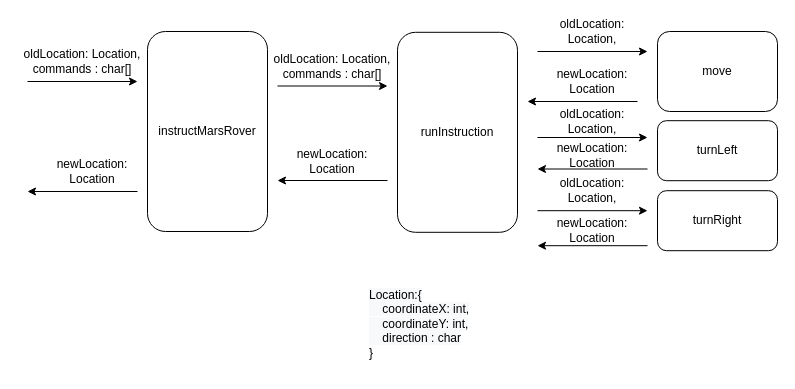
The draw.io diagram MarsRover.drawio in chuvi-oocl/mars-rover-tdd-2020-10-10-6-4-42-527, before the edit. Source tidied: cells renumbered, new cells numbered last; positions are measured from the earlier drawing's top-left corner, leaving out a move shared by most shapes. Both pictures are drawn from the tidied source at 100%, with x=0, y=0 at pixel (17, 21).
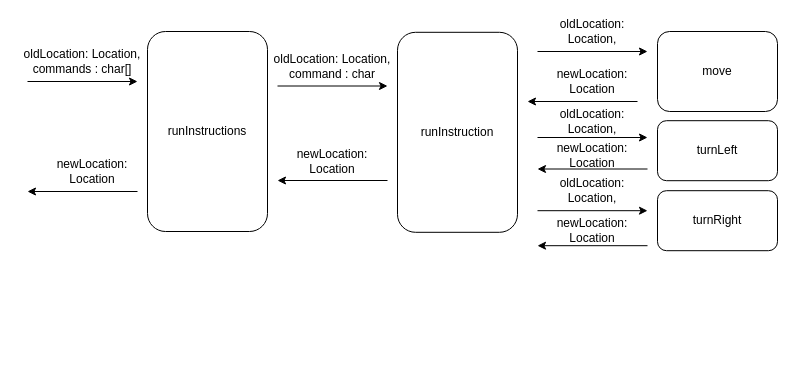
Above is the later version.

Commit message (it also covers changes not shown here):
[MarsRover][Victor] refactor: implement command pattern

The edit, as a diff of the source:
```diff
@@
-    <mxCell id="2" value="instructMarsRover" style="rounded=1;whiteSpace=wrap;html=1;" parent="1" vertex="1">
+    <mxCell id="2" value="runInstructions" style="rounded=1;whiteSpace=wrap;html=1;" parent="1" vertex="1">
       <mxGeometry x="130" y="10" width="120" height="200" as="geometry" />
     </mxCell>
@@
-    <mxCell id="22" value="&lt;span style=&quot;color: rgb(0 , 0 , 0) ; font-family: &amp;#34;helvetica&amp;#34; ; font-size: 12px ; font-style: normal ; font-weight: 400 ; letter-spacing: normal ; text-align: center ; text-indent: 0px ; text-transform: none ; word-spacing: 0px ; background-color: rgb(248 , 249 , 250) ; display: inline ; float: none&quot;&gt;Location:{&lt;br&gt;&amp;nbsp; &amp;nbsp; coordinateX: int,&lt;br&gt;&amp;nbsp; &amp;nbsp; coordinateY: int,&lt;br&gt;&amp;nbsp; &amp;nbsp; direction : char&lt;br&gt;}&lt;br&gt;&lt;/span&gt;" style="text;whiteSpace=wrap;html=1;" parent="1" vertex="1">
-      <mxGeometry x="350" y="260" width="180" height="90" as="geometry" />
-    </mxCell>
@@
-    <mxCell id="25" value="oldLocation: Location, commands : char[]" style="text;html=1;strokeColor=none;fillColor=none;align=center;verticalAlign=middle;whiteSpace=wrap;rounded=0;" parent="1" vertex="1">
+    <mxCell id="25" value="oldLocation: Location, command : char" style="text;html=1;strokeColor=none;fillColor=none;align=center;verticalAlign=middle;whiteSpace=wrap;rounded=0;" parent="1" vertex="1">
       <mxGeometry x="250" y="34.5" width="130" height="20" as="geometry" />
     </mxCell>
```
